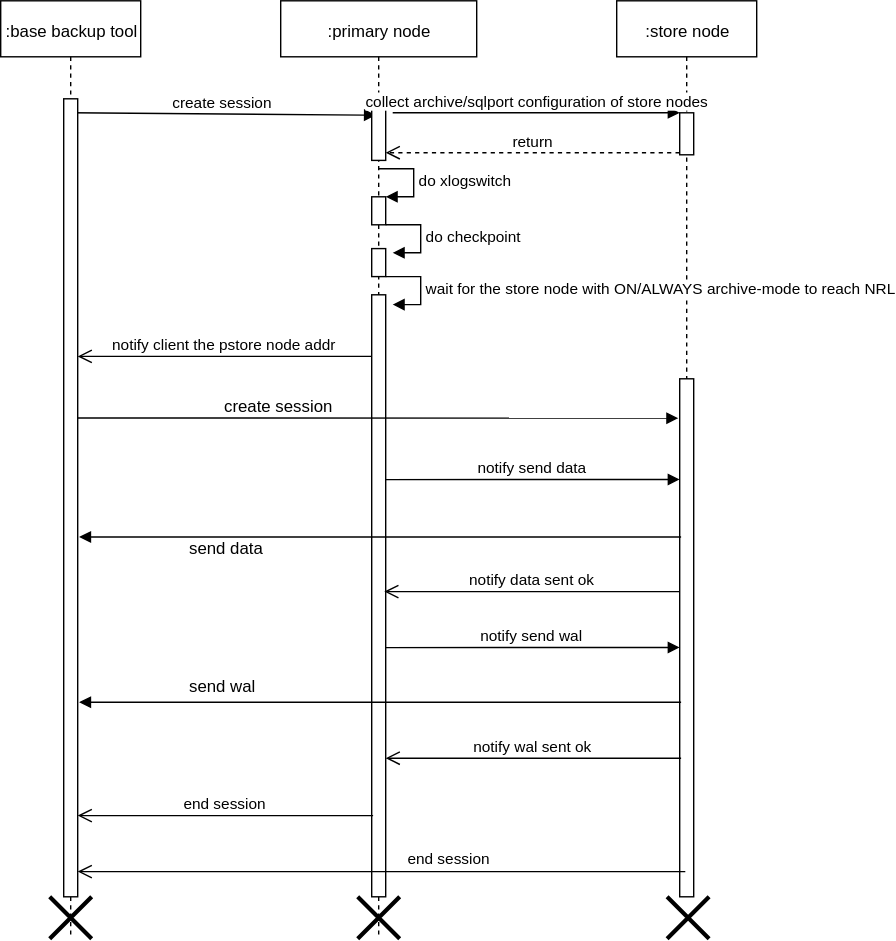
The draw.io diagram attachments/1640158663666.drawio.svg in simbahebinbo/smallfat.github.io, before a commit. Source tidied: cells renumbered, new cells last; positions are measured from the earlier drawing's top-left corner, leaving out a move shared by most shapes.
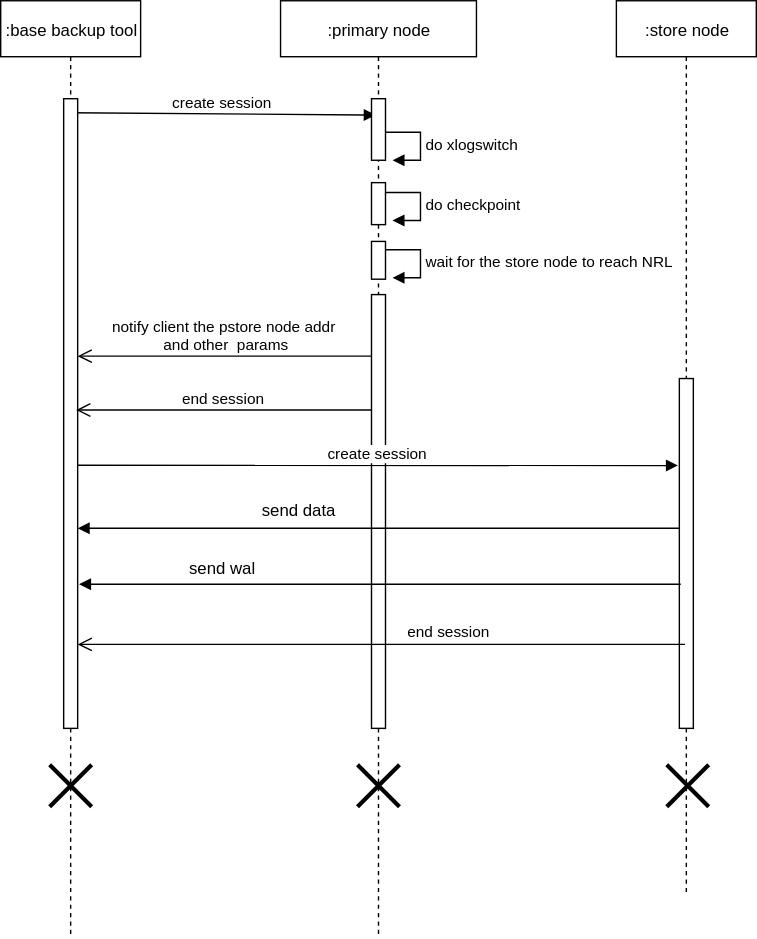
The same diagram one commit later.

Commit message:
添加附件 : attachments/1640158663666.drawio.svg

Change to the diagram source:
```diff
@@ -11,30 +11,31 @@
       </mxGeometry>
     </mxCell>
     <mxCell id="4" style="html=1;points=[];perimeter=orthogonalPerimeter;" parent="2" vertex="1">
-      <mxGeometry x="45" y="70" width="10" height="570" as="geometry" />
+      <mxGeometry x="45" y="70" width="10" height="450" as="geometry" />
     </mxCell>
     <mxCell id="5" style="shape=umlDestroy;whiteSpace=wrap;html=1;strokeWidth=3;" parent="2" vertex="1">
-      <mxGeometry x="35" y="640" width="30" height="30" as="geometry" />
+      <mxGeometry x="35" y="546" width="30" height="30" as="geometry" />
     </mxCell>
     <mxCell id="6" value=":primary node" style="html=1;points=[];perimeter=orthogonalPerimeter;shape=umlLifeline;participant=label;fontFamily=Helvetica;fontSize=12;fontColor=#000000;align=center;strokeColor=#000000;fillColor=#ffffff;" parent="1" vertex="1">
       <mxGeometry x="200" width="140" height="670" as="geometry" />
     </mxCell>
     <mxCell id="7" style="html=1;points=[];perimeter=orthogonalPerimeter;" parent="6" vertex="1">
-      <mxGeometry x="65" y="140" width="10" height="20" as="geometry" />
+      <mxGeometry x="65" y="130" width="10" height="30" as="geometry" />
     </mxCell>
-    <mxCell id="8" value="do xlogswitch" style="edgeStyle=orthogonalEdgeStyle;html=1;align=left;spacingLeft=2;endArrow=block;rounded=0;entryX=1;entryY=0;" parent="6" edge="1" target="7">
+    <mxCell id="8" value="do xlogswitch" style="edgeStyle=orthogonalEdgeStyle;html=1;align=left;spacingLeft=2;endArrow=block;rounded=0;entryX=1;entryY=0;" parent="6" edge="1">
       <mxGeometry relative="1" as="geometry">
-        <mxPoint x="70" y="120" as="sourcePoint" />
+        <mxPoint x="75" y="94" as="sourcePoint" />
+        <mxPoint x="80" y="114" as="targetPoint" />
         <Array as="points">
-          <mxPoint x="95" y="120" />
+          <mxPoint x="100" y="94" />
         </Array>
       </mxGeometry>
     </mxCell>
     <mxCell id="9" style="html=1;perimeter=orthogonalPerimeter;" parent="6" vertex="1">
-      <mxGeometry x="65" y="210" width="10" height="430" as="geometry" />
+      <mxGeometry x="65" y="210" width="10" height="310" as="geometry" />
     </mxCell>
     <mxCell id="10" style="shape=umlDestroy;whiteSpace=wrap;html=1;strokeWidth=3;" parent="6" vertex="1">
-      <mxGeometry x="55" y="640" width="30" height="30" as="geometry" />
+      <mxGeometry x="55" y="546" width="30" height="30" as="geometry" />
     </mxCell>
     <mxCell id="11" style="html=1;points=[];perimeter=orthogonalPerimeter;" parent="6" vertex="1">
       <mxGeometry x="65" y="70" width="10" height="44" as="geometry" />
@@ -43,106 +44,71 @@
       <mxGeometry x="440" width="100" height="640" as="geometry" />
     </mxCell>
     <mxCell id="13" style="html=1;points=[];perimeter=orthogonalPerimeter;" parent="12" vertex="1">
-      <mxGeometry x="45" y="270" width="10" height="370" as="geometry" />
+      <mxGeometry x="45" y="270" width="10" height="250" as="geometry" />
     </mxCell>
-    <mxCell id="14" style="html=1;points=[];perimeter=orthogonalPerimeter;" parent="12" vertex="1">
-      <mxGeometry x="45" y="80" width="10" height="30" as="geometry" />
-    </mxCell>
-    <mxCell id="15" value="notify send data" style="html=1;verticalAlign=bottom;endArrow=block;entryX=-0.1;entryY=0.243;entryDx=0;entryDy=0;entryPerimeter=0;" parent="1" edge="1">
-      <mxGeometry relative="1" as="geometry">
-        <mxPoint x="275" y="342" as="sourcePoint" />
-        <mxPoint x="485" y="341.9" as="targetPoint" />
-      </mxGeometry>
-    </mxCell>
-    <mxCell id="16" value="notify client the pstore node addr" style="html=1;verticalAlign=bottom;endArrow=open;endSize=8;exitX=0;exitY=0.95;" parent="1" edge="1">
+    <mxCell id="16" value="notify client the pstore node addr&lt;br&gt;&amp;nbsp;and other&amp;nbsp; params" style="html=1;verticalAlign=bottom;endArrow=open;endSize=8;exitX=0;exitY=0.95;" parent="1" edge="1">
       <mxGeometry relative="1" as="geometry">
         <mxPoint x="265" y="254" as="sourcePoint" />
         <mxPoint x="55" y="254" as="targetPoint" />
       </mxGeometry>
     </mxCell>
-    <mxCell id="17" value="create session" style="text;html=1;align=left;verticalAlign=top;spacingTop=-4;" parent="1" vertex="1">
-      <mxGeometry x="158" y="280" width="90" height="20" as="geometry" />
-    </mxCell>
     <mxCell id="18" style="html=1;verticalAlign=bottom;endArrow=block;" parent="1" edge="1">
       <mxGeometry relative="1" as="geometry">
-        <mxPoint x="486" y="383" as="sourcePoint" />
-        <mxPoint x="56" y="383" as="targetPoint" />
+        <mxPoint x="485" y="377" as="sourcePoint" />
+        <mxPoint x="55" y="377" as="targetPoint" />
       </mxGeometry>
     </mxCell>
     <mxCell id="19" value="send data" style="text;html=1;align=left;verticalAlign=top;spacingTop=-4;" parent="1" vertex="1">
-      <mxGeometry x="133" y="382" width="70" height="20" as="geometry" />
+      <mxGeometry x="185" y="355" width="70" height="20" as="geometry" />
     </mxCell>
-    <mxCell id="20" value="notify data sent ok" style="html=1;verticalAlign=bottom;endArrow=open;endSize=8;" parent="1" edge="1">
-      <mxGeometry relative="1" as="geometry">
-        <mxPoint x="485" y="422" as="sourcePoint" />
-        <mxPoint x="274" y="422" as="targetPoint" />
-      </mxGeometry>
-    </mxCell>
-    <mxCell id="21" style="html=1;verticalAlign=bottom;endArrow=block;entryX=-0.1;entryY=0.076;entryDx=0;entryDy=0;entryPerimeter=0;exitX=1;exitY=0.4;exitDx=0;exitDy=0;exitPerimeter=0;" parent="1" edge="1" source="4" target="13">
-      <mxGeometry relative="1" as="geometry" />
+    <mxCell id="21" value="create session" style="html=1;verticalAlign=bottom;endArrow=block;entryX=-0.1;entryY=0.076;entryDx=0;entryDy=0;entryPerimeter=0;exitX=1;exitY=0.4;exitDx=0;exitDy=0;exitPerimeter=0;" parent="1" edge="1">
+      <mxGeometry relative="1" as="geometry">
+        <mxPoint x="55" y="332" as="sourcePoint" />
+        <mxPoint x="484" y="332.1" as="targetPoint" />
+      </mxGeometry>
     </mxCell>
-    <mxCell id="22" value="notify send wal" style="html=1;verticalAlign=bottom;endArrow=block;entryX=-0.1;entryY=0.243;entryDx=0;entryDy=0;entryPerimeter=0;" parent="1" edge="1">
-      <mxGeometry relative="1" as="geometry">
-        <mxPoint x="275" y="462" as="sourcePoint" />
-        <mxPoint x="485" y="461.9" as="targetPoint" />
-      </mxGeometry>
-    </mxCell>
     <mxCell id="23" style="html=1;verticalAlign=bottom;endArrow=block;" parent="1" edge="1">
       <mxGeometry relative="1" as="geometry">
-        <mxPoint x="486" y="501" as="sourcePoint" />
-        <mxPoint x="56" y="501" as="targetPoint" />
+        <mxPoint x="486" y="417" as="sourcePoint" />
+        <mxPoint x="56" y="417" as="targetPoint" />
       </mxGeometry>
     </mxCell>
     <mxCell id="24" value="send wal" style="text;html=1;align=left;verticalAlign=top;spacingTop=-4;" parent="1" vertex="1">
-      <mxGeometry x="133" y="480" width="60" height="20" as="geometry" />
+      <mxGeometry x="133" y="396" width="60" height="20" as="geometry" />
     </mxCell>
-    <mxCell id="25" value="notify wal sent ok" style="html=1;verticalAlign=bottom;endArrow=open;endSize=8;" parent="1" edge="1">
-      <mxGeometry relative="1" as="geometry">
-        <mxPoint x="486" y="541" as="sourcePoint" />
-        <mxPoint x="275" y="541" as="targetPoint" />
-      </mxGeometry>
-    </mxCell>
     <mxCell id="26" value="end session" style="html=1;verticalAlign=bottom;endArrow=open;endSize=8;" parent="1" edge="1">
       <mxGeometry relative="1" as="geometry">
-        <mxPoint x="266" y="582" as="sourcePoint" />
-        <mxPoint x="55" y="582" as="targetPoint" />
+        <mxPoint x="265" y="292.5" as="sourcePoint" />
+        <mxPoint x="54" y="292.5" as="targetPoint" />
       </mxGeometry>
     </mxCell>
     <mxCell id="27" value="end session" style="html=1;verticalAlign=bottom;endArrow=open;endSize=8;" parent="1" edge="1">
       <mxGeometry x="-0.22" y="-1" relative="1" as="geometry">
-        <mxPoint x="489" y="622" as="sourcePoint" />
-        <mxPoint x="55" y="622" as="targetPoint" />
+        <mxPoint x="489" y="460" as="sourcePoint" />
+        <mxPoint x="55" y="460" as="targetPoint" />
       </mxGeometry>
     </mxCell>
     <mxCell id="28" style="shape=umlDestroy;whiteSpace=wrap;html=1;strokeWidth=3;" parent="1" vertex="1">
-      <mxGeometry x="476" y="640" width="30" height="30" as="geometry" />
+      <mxGeometry x="476" y="546" width="30" height="30" as="geometry" />
     </mxCell>
     <mxCell id="29" value="do checkpoint" style="edgeStyle=orthogonalEdgeStyle;html=1;align=left;spacingLeft=2;endArrow=block;rounded=0;entryX=1;entryY=0;" parent="1" edge="1">
       <mxGeometry relative="1" as="geometry">
-        <mxPoint x="275" y="160" as="sourcePoint" />
-        <mxPoint x="280" y="180" as="targetPoint" />
+        <mxPoint x="275" y="137" as="sourcePoint" />
+        <mxPoint x="280" y="157" as="targetPoint" />
         <Array as="points">
-          <mxPoint x="300" y="160" />
+          <mxPoint x="300" y="137" />
         </Array>
       </mxGeometry>
     </mxCell>
-    <mxCell id="30" value="collect archive/sqlport configuration of store nodes" style="html=1;verticalAlign=bottom;endArrow=block;entryX=0;entryY=0;" parent="1" edge="1" target="14">
-      <mxGeometry relative="1" as="geometry">
-        <mxPoint x="280" y="80" as="sourcePoint" />
-      </mxGeometry>
-    </mxCell>
-    <mxCell id="31" value="return" style="html=1;verticalAlign=bottom;endArrow=open;dashed=1;endSize=8;exitX=0;exitY=0.95;" parent="1" edge="1" source="14" target="11">
-      <mxGeometry relative="1" as="geometry" />
-    </mxCell>
     <mxCell id="32" style="html=1;perimeter=orthogonalPerimeter;" parent="1" vertex="1">
-      <mxGeometry x="265" y="177" width="10" height="20" as="geometry" />
+      <mxGeometry x="265" y="172" width="10" height="27" as="geometry" />
     </mxCell>
-    <mxCell id="33" value="wait for the store node with ON/ALWAYS archive-mode to reach NRL" style="edgeStyle=orthogonalEdgeStyle;html=1;align=left;spacingLeft=2;endArrow=block;rounded=0;entryX=1;entryY=0;" parent="1" edge="1">
+    <mxCell id="33" value="wait for the store node to reach NRL" style="edgeStyle=orthogonalEdgeStyle;html=1;align=left;spacingLeft=2;endArrow=block;rounded=0;entryX=1;entryY=0;" parent="1" edge="1">
       <mxGeometry relative="1" as="geometry">
-        <mxPoint x="275" y="197" as="sourcePoint" />
-        <mxPoint x="280" y="217" as="targetPoint" />
+        <mxPoint x="275" y="178" as="sourcePoint" />
+        <mxPoint x="280" y="198" as="targetPoint" />
         <Array as="points">
-          <mxPoint x="300" y="197" />
+          <mxPoint x="300" y="178" />
         </Array>
       </mxGeometry>
     </mxCell>
```
